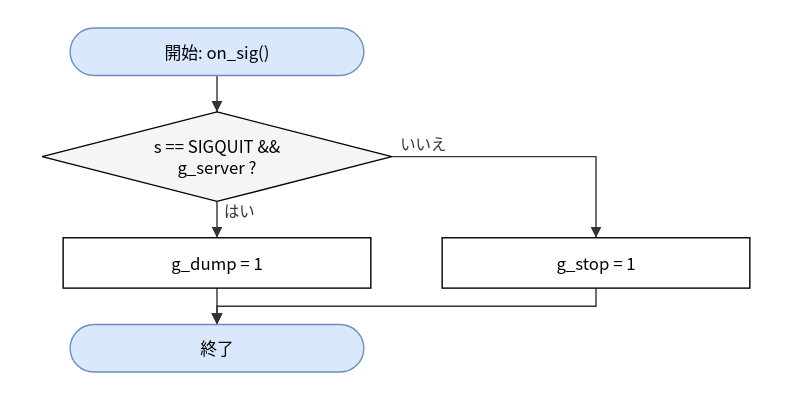
hf355051012-ai/bfmem keeps this draw.io diagram as doc/spec/images/flow_test_bfm_test-on_sig.drawio.svg. Above is the earlier version. Source tidied: cells renumbered, new cells last; positions are measured from the earlier drawing's top-left corner, leaving out a move shared by most shapes. Its diagram source:
```xml
<mxGraphModel>
  <root>
    <mxCell id="0" />
    <mxCell id="1" parent="0" />
    <mxCell id="2" value="開始: on_sig()" style="rounded=1;arcSize=50;whiteSpace=wrap;html=1;fillColor=#dae8fc;strokeColor=#6c8ebf;" parent="1" vertex="1">
      <mxGeometry x="20" width="210" height="34" as="geometry" />
    </mxCell>
    <mxCell id="3" value="s == SIGQUIT &amp;amp;&amp;amp;&lt;br&gt;g_server ?" style="rhombus;whiteSpace=wrap;html=1;fillColor=#f5f5f5;" parent="1" vertex="1">
      <mxGeometry y="60" width="250" height="64" as="geometry" />
    </mxCell>
    <mxCell id="4" value="g_dump = 1" style="rounded=0;whiteSpace=wrap;html=1;" parent="1" vertex="1">
      <mxGeometry x="15" y="150" width="220" height="36" as="geometry" />
    </mxCell>
    <mxCell id="5" value="g_stop = 1" style="rounded=0;whiteSpace=wrap;html=1;" parent="1" vertex="1">
      <mxGeometry x="286" y="150" width="220" height="36" as="geometry" />
    </mxCell>
    <mxCell id="6" value="終了" style="rounded=1;arcSize=50;whiteSpace=wrap;html=1;fillColor=#dae8fc;strokeColor=#6c8ebf;" parent="1" vertex="1">
      <mxGeometry x="20" y="212" width="210" height="34" as="geometry" />
    </mxCell>
    <mxCell id="7" style="edgeStyle=none;html=1;rounded=0;endArrow=block;endFill=1;exitX=0.5000;exitY=1.0000;exitDx=0;exitDy=0;exitPerimeter=0;entryX=0.5000;entryY=0.0000;entryDx=0;entryDy=0;entryPerimeter=0;" parent="1" edge="1" source="2" target="3">
      <mxGeometry relative="1" as="geometry" />
    </mxCell>
    <mxCell id="8" value="はい" style="edgeStyle=none;html=1;rounded=0;endArrow=block;endFill=1;exitX=0.5000;exitY=1.0000;exitDx=0;exitDy=0;exitPerimeter=0;entryX=0.5000;entryY=0.0000;entryDx=0;entryDy=0;entryPerimeter=0;" parent="1" edge="1" source="3" target="4">
      <mxGeometry relative="1" as="geometry" />
    </mxCell>
    <mxCell id="9" value="いいえ" style="edgeStyle=none;html=1;rounded=0;endArrow=block;endFill=1;exitX=1.0000;exitY=0.5000;exitDx=0;exitDy=0;exitPerimeter=0;entryX=0.5000;entryY=0.0000;entryDx=0;entryDy=0;entryPerimeter=0;" parent="1" edge="1" source="3" target="5">
      <mxGeometry relative="1" as="geometry">
        <Array as="points">
          <mxPoint x="396" y="92" />
        </Array>
      </mxGeometry>
    </mxCell>
    <mxCell id="10" style="edgeStyle=none;html=1;rounded=0;endArrow=block;endFill=1;exitX=0.5000;exitY=1.0000;exitDx=0;exitDy=0;exitPerimeter=0;entryX=0.5000;entryY=0.0000;entryDx=0;entryDy=0;entryPerimeter=0;" parent="1" edge="1" source="4" target="6">
      <mxGeometry relative="1" as="geometry" />
    </mxCell>
    <mxCell id="11" style="edgeStyle=none;html=1;rounded=0;endArrow=block;endFill=1;exitX=0.5000;exitY=1.0000;exitDx=0;exitDy=0;exitPerimeter=0;entryX=0.5000;entryY=0.0000;entryDx=0;entryDy=0;entryPerimeter=0;" parent="1" edge="1" source="5" target="6">
      <mxGeometry relative="1" as="geometry">
        <Array as="points">
          <mxPoint x="396" y="199" />
          <mxPoint x="125" y="199" />
        </Array>
      </mxGeometry>
    </mxCell>
  </root>
</mxGraphModel>
```
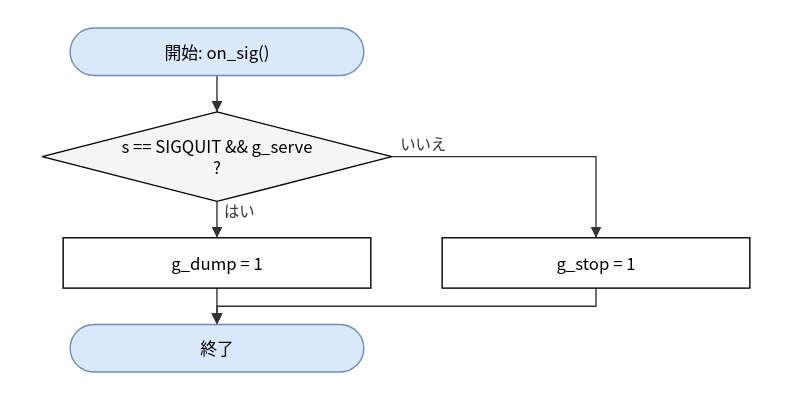
After the change.

Change to the diagram source:
```diff
@@ -5,7 +5,7 @@
     <mxCell id="2" value="開始: on_sig()" style="rounded=1;arcSize=50;whiteSpace=wrap;html=1;fillColor=#dae8fc;strokeColor=#6c8ebf;" parent="1" vertex="1">
       <mxGeometry x="20" width="210" height="34" as="geometry" />
     </mxCell>
-    <mxCell id="3" value="s == SIGQUIT &amp;amp;&amp;amp;&lt;br&gt;g_server ?" style="rhombus;whiteSpace=wrap;html=1;fillColor=#f5f5f5;" parent="1" vertex="1">
+    <mxCell id="3" value="s == SIGQUIT &amp;amp;&amp;amp; g_serve&lt;br&gt;?" style="rhombus;whiteSpace=wrap;html=1;fillColor=#f5f5f5;" parent="1" vertex="1">
       <mxGeometry y="60" width="250" height="64" as="geometry" />
     </mxCell>
     <mxCell id="4" value="g_dump = 1" style="rounded=0;whiteSpace=wrap;html=1;" parent="1" vertex="1">
```
